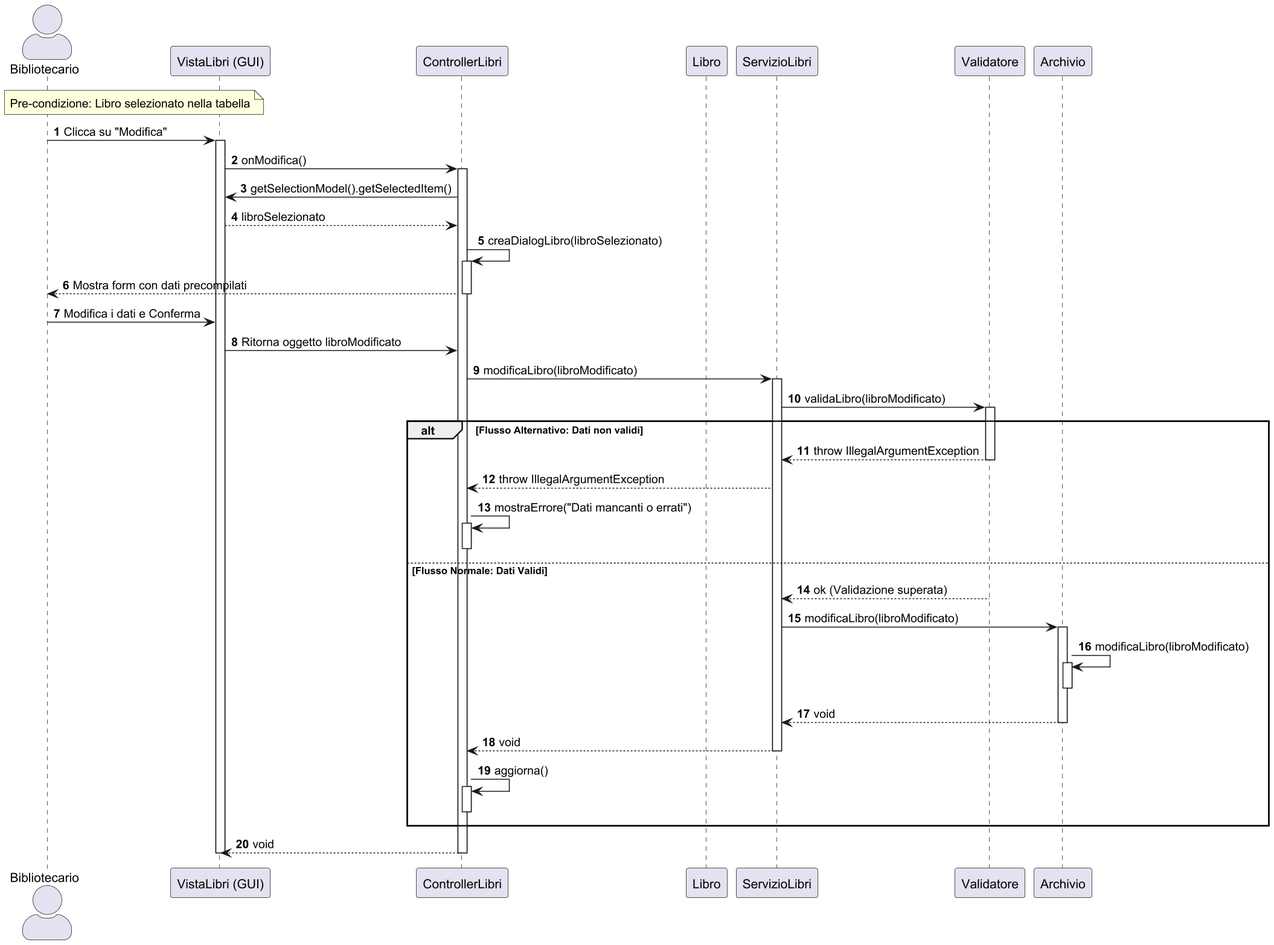
The PlantUML diagram docs/Design/Diagrammi di sequenza/UC4.png in digregoriomario/bibliosoft, before a commit. Its diagram source:
```plantuml
@startuml
scale 1.5
skinparam actorStyle awesome
autonumber

actor "Bibliotecario" as User
participant "VistaLibri (GUI)" as GUI
participant "ControllerLibri" as CL
participant "Libro" as Model
participant "ServizioLibri" as SL
participant "Validatore" as VAL
participant "Archivio" as ARC

note over User, GUI: Pre-condizione: Libro selezionato nella tabella

User -> GUI : Clicca su "Modifica"
activate GUI

GUI -> CL : onModifica()
activate CL

    CL -> GUI : getSelectionModel().getSelectedItem()
    GUI --> CL : libroSelezionato

    CL -> CL : creaDialogLibro(libroSelezionato)
    activate CL
    CL --> User : Mostra form con dati precompilati
    deactivate CL

    User -> GUI : Modifica i dati e Conferma

    GUI -> CL : Ritorna oggetto libroModificato

    CL -> SL : modificaLibro(libroModificato)
    activate SL

        SL -> VAL : validaLibro(libroModificato)
        activate VAL

        alt Flusso Alternativo: Dati non validi
            VAL --> SL : throw IllegalArgumentException
            deactivate VAL

            SL --> CL : throw IllegalArgumentException

            CL -> CL : mostraErrore("Dati mancanti o errati")
            activate CL
            deactivate CL

        else Flusso Normale: Dati Validi
            VAL --> SL : ok (Validazione superata)
            deactivate VAL

            SL -> ARC : modificaLibro(libroModificato)
            activate ARC

            ARC -> ARC : modificaLibro(libroModificato)
            activate ARC
            deactivate ARC

            ARC --> SL : void
            deactivate ARC

            SL --> CL : void
            deactivate SL

            CL -> CL : aggiorna()
            activate CL
            deactivate CL
        end

CL --> GUI : void
deactivate CL
deactivate GUI
@enduml
```
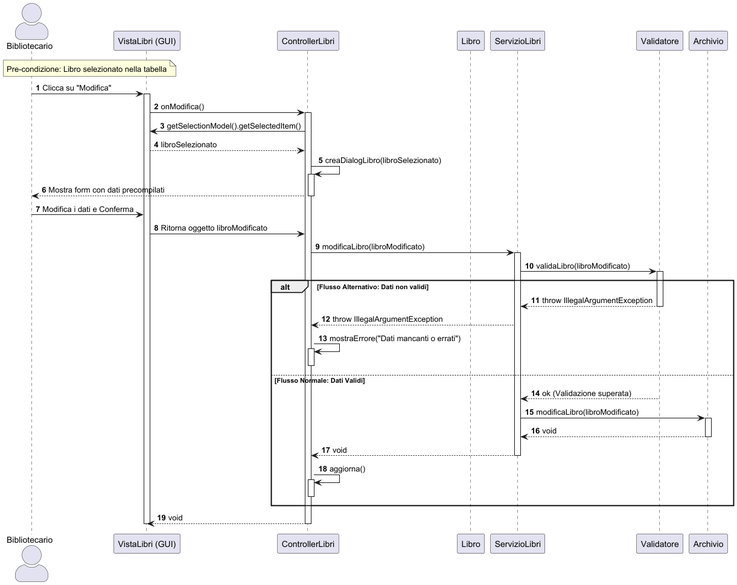
Later version of the same file.

What changed in the source:
```diff
@@ -1,5 +1,5 @@
 @startuml
-scale 1.5
+scale 2
 skinparam actorStyle awesome
 autonumber
 
@@ -54,10 +54,6 @@
             SL -> ARC : modificaLibro(libroModificato)
             activate ARC
 
-            ARC -> ARC : modificaLibro(libroModificato)
-            activate ARC
-            deactivate ARC
-
             ARC --> SL : void
             deactivate ARC
 
```
